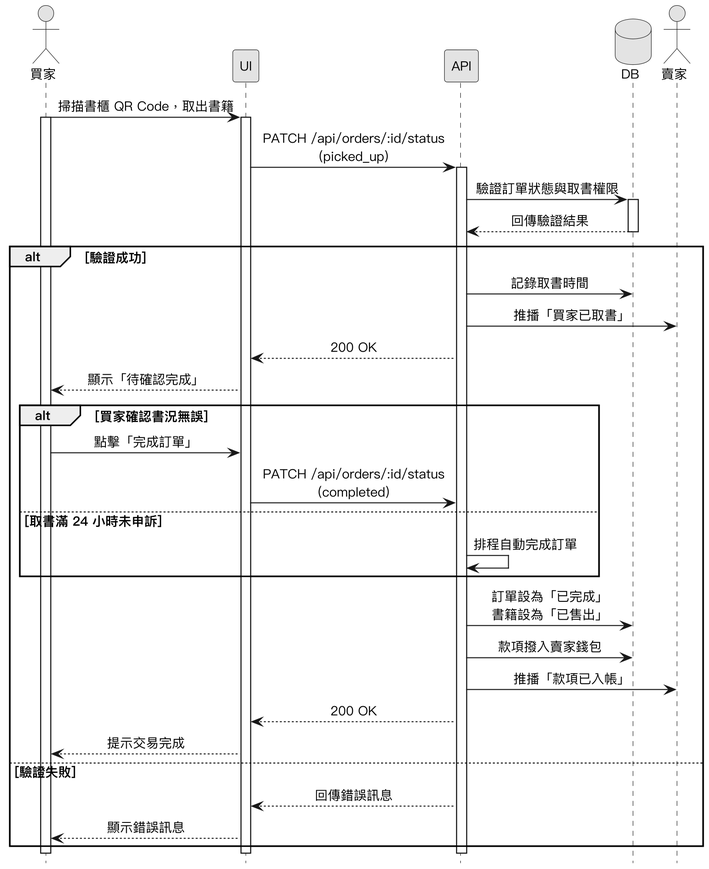
SaveMyBook/SaveMyBook keeps this PlantUML diagram as Diagrams/Sequence Diagrams/v3/seq_pickup.png. Above is the earlier version.
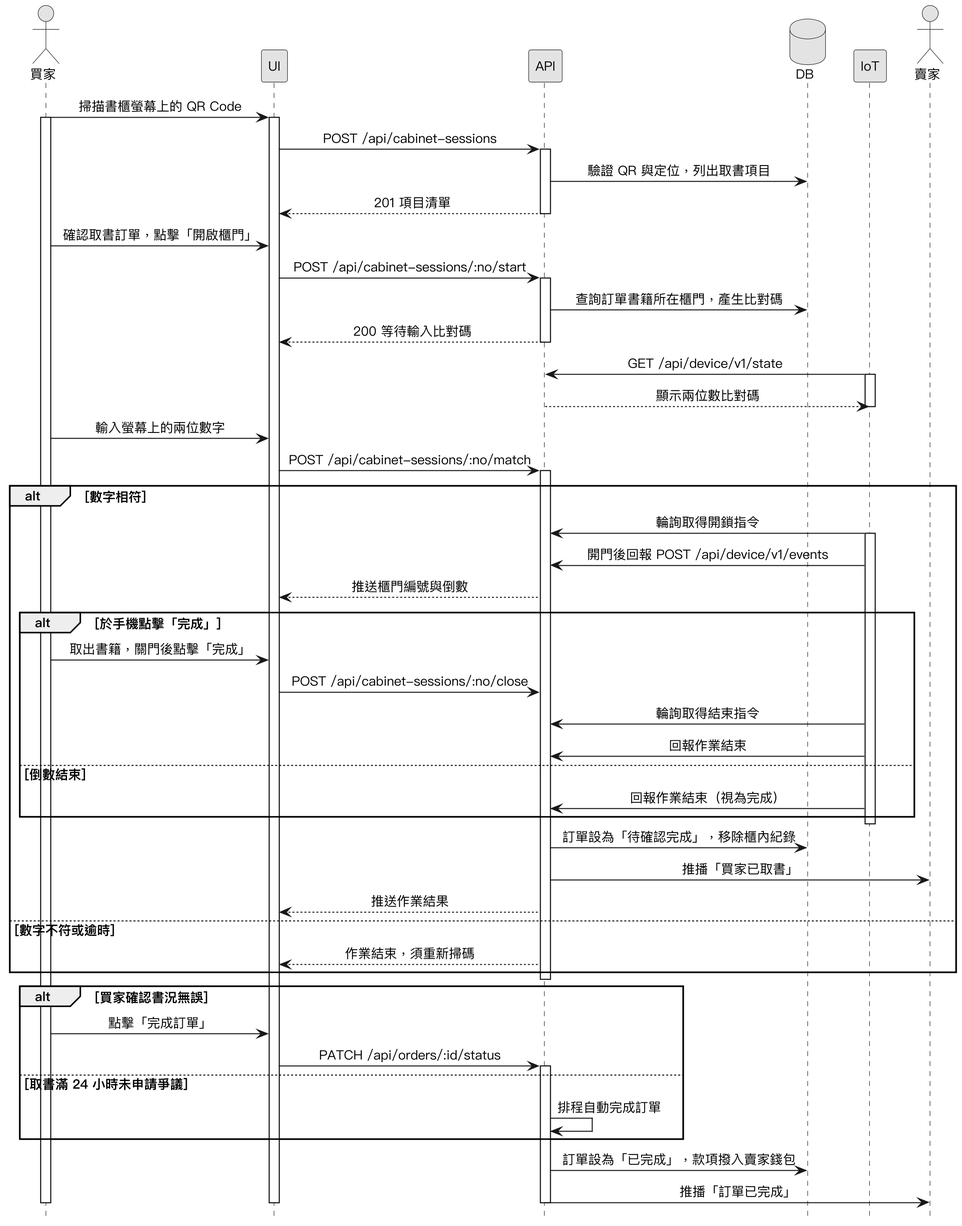
After the commit.

Diff of the diagram source:
```diff
@@ -12,39 +12,60 @@
 participant UI
 participant API
 database DB
+participant IoT
 actor 賣家
 
-買家 -> UI : 掃描書櫃 QR Code，取出書籍
+買家 -> UI : 掃描書櫃螢幕上的 QR Code
 activate 買家
 activate UI
-UI -> API : PATCH /api/orders/:id/status\n(picked_up)
+UI -> API : POST /api/cabinet-sessions
 activate API
-API -> DB : 驗證訂單狀態與取書權限
-activate DB
-DB --> API : 回傳驗證結果
-deactivate DB
-
-alt 驗證成功
-  API -> DB : 記錄取書時間
+API -> DB : 驗證 QR 與定位，列出取書項目
+API --> UI : 201 項目清單
+deactivate API
+買家 -> UI : 確認取書訂單，點擊「開啟櫃門」
+UI -> API : POST /api/cabinet-sessions/:no/start
+activate API
+API -> DB : 查詢訂單書籍所在櫃門，產生比對碼
+API --> UI : 200 等待輸入比對碼
+deactivate API
+IoT -> API : GET /api/device/v1/state
+activate IoT
+API --> IoT : 顯示兩位數比對碼
+deactivate IoT
+買家 -> UI : 輸入螢幕上的兩位數字
+UI -> API : POST /api/cabinet-sessions/:no/match
+activate API
+alt 數字相符
+  IoT -> API : 輪詢取得開鎖指令
+  activate IoT
+  IoT -> API : 開門後回報 POST /api/device/v1/events
+  API --> UI : 推送櫃門編號與倒數
+  alt 於手機點擊「完成」
+    買家 -> UI : 取出書籍，關門後點擊「完成」
+    UI -> API : POST /api/cabinet-sessions/:no/close
+    IoT -> API : 輪詢取得結束指令
+    IoT -> API : 回報作業結束
+  else 倒數結束
+    IoT -> API : 回報作業結束（視為完成）
+  end
+  deactivate IoT
+  API -> DB : 訂單設為「待確認完成」，移除櫃內紀錄
   API -> 賣家 : 推播「買家已取書」
-  API --> UI : 200 OK
-  UI --> 買家 : 顯示「待確認完成」
-
-  alt 買家確認書況無誤
-    買家 -> UI : 點擊「完成訂單」
-    UI -> API : PATCH /api/orders/:id/status\n(completed)
-  else 取書滿 24 小時未申訴
-    API -> API : 排程自動完成訂單
-  end
-  API -> DB : 訂單設為「已完成」\n書籍設為「已售出」
-  API -> DB : 款項撥入賣家錢包
-  API -> 賣家 : 推播「款項已入帳」
-  API --> UI : 200 OK
-  UI --> 買家 : 提示交易完成
-else 驗證失敗
-  API --> UI : 回傳錯誤訊息
-  UI --> 買家 : 顯示錯誤訊息
+  API --> UI : 推送作業結果
+else 數字不符或逾時
+  API --> UI : 作業結束，須重新掃碼
 end
+deactivate API
+alt 買家確認書況無誤
+  買家 -> UI : 點擊「完成訂單」
+  UI -> API : PATCH /api/orders/:id/status
+  activate API
+else 取書滿 24 小時未申請爭議
+  API -> API : 排程自動完成訂單
+end
+API -> DB : 訂單設為「已完成」，款項撥入賣家錢包
+API -> 賣家 : 推播「訂單已完成」
 deactivate API
 deactivate UI
 deactivate 買家
```
